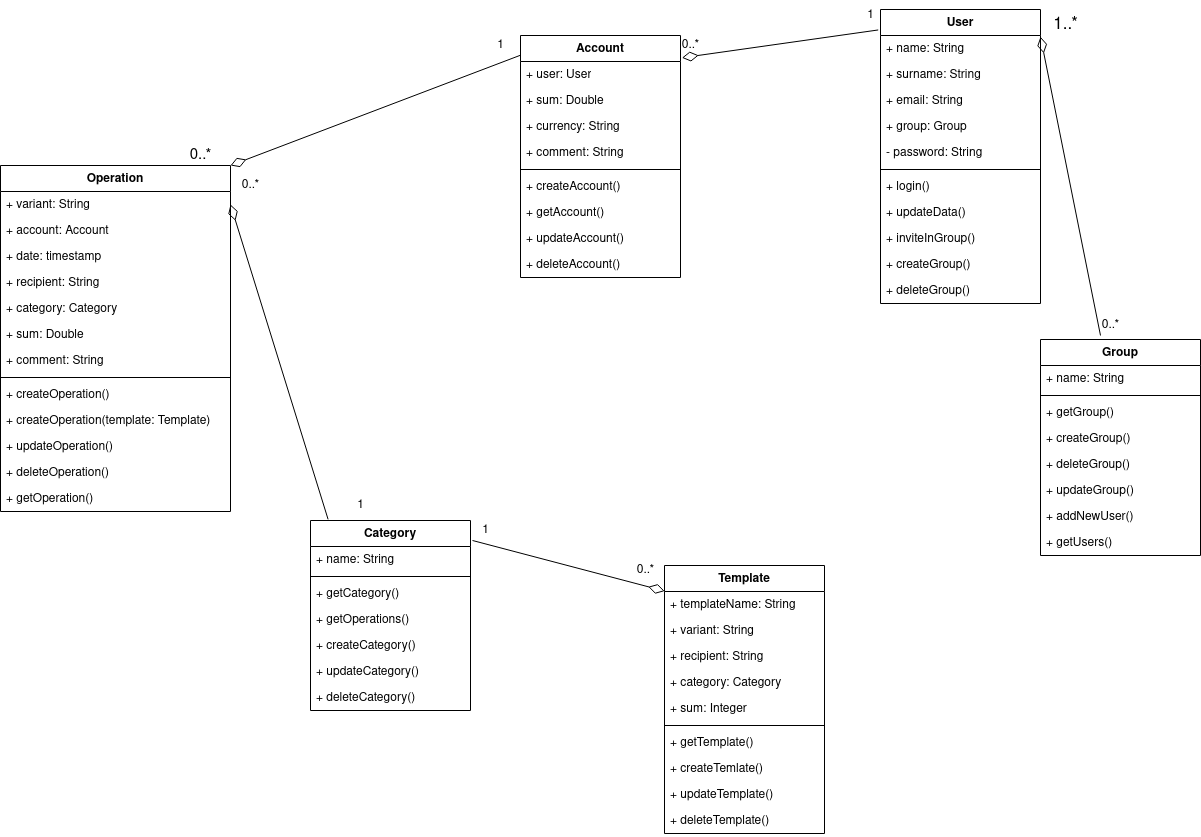
This is diagrams/Class.drawio.png from dany0k/TP-5.2-2, a draw.io export, as it was before one commit. Source tidied: cells renumbered, new cells last; positions are measured from the earlier drawing's top-left corner, leaving out a move shared by most shapes.
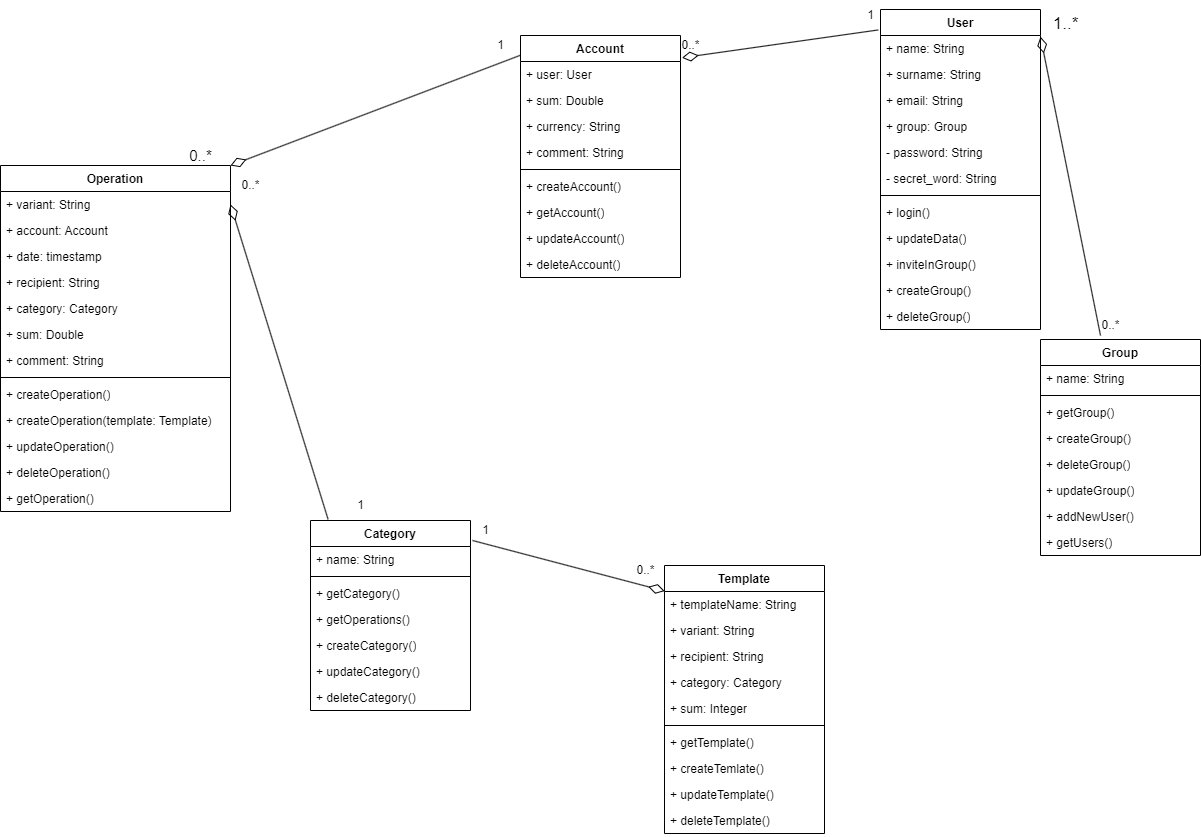
After the commit.

The edit, as a diff of the source:
```diff
@@ -3,7 +3,7 @@
     <mxCell id="0" />
     <mxCell id="1" parent="0" />
     <mxCell id="2" value="User" style="swimlane;fontStyle=1;align=center;verticalAlign=top;horizontal=1;startSize=26;whiteSpace=wrap;html=1;" parent="1" vertex="1">
-      <mxGeometry x="880" y="9" width="160" height="294" as="geometry" />
+      <mxGeometry x="880" y="9" width="160" height="320" as="geometry" />
     </mxCell>
     <mxCell id="3" value="+ name: String" style="text;strokeColor=none;fillColor=none;align=left;verticalAlign=top;spacingLeft=4;spacingRight=4;overflow=hidden;whiteSpace=wrap;html=1;" parent="2" vertex="1">
       <mxGeometry y="26" width="160" height="26" as="geometry" />
@@ -17,26 +17,29 @@
     <mxCell id="6" value="+ group: Group" style="text;strokeColor=none;fillColor=none;align=left;verticalAlign=top;spacingLeft=4;spacingRight=4;overflow=hidden;whiteSpace=wrap;html=1;" parent="2" vertex="1">
       <mxGeometry y="104" width="160" height="26" as="geometry" />
     </mxCell>
+    <mxCell id="81" value="- password: String" style="text;strokeColor=none;fillColor=none;align=left;verticalAlign=top;spacingLeft=4;spacingRight=4;overflow=hidden;whiteSpace=wrap;html=1;" parent="2" vertex="1">
+      <mxGeometry y="130" width="160" height="26" as="geometry" />
+    </mxCell>
-    <mxCell id="7" value="- password: String" style="text;strokeColor=none;fillColor=none;align=left;verticalAlign=top;spacingLeft=4;spacingRight=4;overflow=hidden;whiteSpace=wrap;html=1;" parent="2" vertex="1">
-      <mxGeometry y="130" width="160" height="26" as="geometry" />
+    <mxCell id="7" value="- secret_word: String" style="text;strokeColor=none;fillColor=none;align=left;verticalAlign=top;spacingLeft=4;spacingRight=4;overflow=hidden;whiteSpace=wrap;html=1;" parent="2" vertex="1">
+      <mxGeometry y="156" width="160" height="26" as="geometry" />
     </mxCell>
     <mxCell id="8" style="line;strokeWidth=1;fillColor=none;align=left;verticalAlign=middle;spacingTop=-1;spacingLeft=3;spacingRight=3;labelPosition=right;strokeColor=inherit;" parent="2" vertex="1">
-      <mxGeometry y="156" width="160" height="8" as="geometry" />
+      <mxGeometry y="182" width="160" height="8" as="geometry" />
     </mxCell>
     <mxCell id="9" value="&lt;div&gt;+ login()&lt;/div&gt;&lt;div&gt;&lt;br&gt;&lt;/div&gt;" style="text;strokeColor=none;fillColor=none;align=left;verticalAlign=top;spacingLeft=4;spacingRight=4;overflow=hidden;whiteSpace=wrap;html=1;" parent="2" vertex="1">
-      <mxGeometry y="164" width="160" height="26" as="geometry" />
+      <mxGeometry y="190" width="160" height="26" as="geometry" />
     </mxCell>
     <mxCell id="10" value="+ updateData()" style="text;strokeColor=none;fillColor=none;align=left;verticalAlign=top;spacingLeft=4;spacingRight=4;overflow=hidden;whiteSpace=wrap;html=1;" parent="2" vertex="1">
-      <mxGeometry y="190" width="160" height="26" as="geometry" />
+      <mxGeometry y="216" width="160" height="26" as="geometry" />
     </mxCell>
     <mxCell id="11" value="+ inviteInGroup()" style="text;strokeColor=none;fillColor=none;align=left;verticalAlign=top;spacingLeft=4;spacingRight=4;overflow=hidden;whiteSpace=wrap;html=1;" parent="2" vertex="1">
-      <mxGeometry y="216" width="160" height="26" as="geometry" />
+      <mxGeometry y="242" width="160" height="26" as="geometry" />
     </mxCell>
     <mxCell id="12" value="+ createGroup()" style="text;strokeColor=none;fillColor=none;align=left;verticalAlign=top;spacingLeft=4;spacingRight=4;overflow=hidden;whiteSpace=wrap;html=1;" parent="2" vertex="1">
-      <mxGeometry y="242" width="160" height="26" as="geometry" />
+      <mxGeometry y="268" width="160" height="26" as="geometry" />
     </mxCell>
     <mxCell id="13" value="+ deleteGroup()" style="text;strokeColor=none;fillColor=none;align=left;verticalAlign=top;spacingLeft=4;spacingRight=4;overflow=hidden;whiteSpace=wrap;html=1;" parent="2" vertex="1">
-      <mxGeometry y="268" width="160" height="26" as="geometry" />
+      <mxGeometry y="294" width="160" height="26" as="geometry" />
     </mxCell>
     <mxCell id="14" value="Template" style="swimlane;fontStyle=1;align=center;verticalAlign=top;horizontal=1;startSize=26;whiteSpace=wrap;html=1;" parent="1" vertex="1">
       <mxGeometry x="664" y="565" width="160" height="268" as="geometry" />
```
